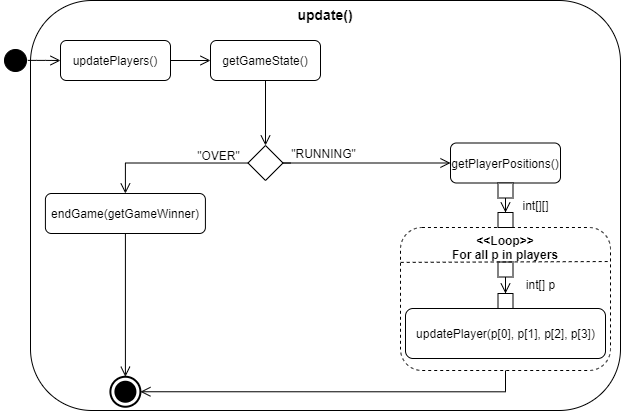
Above: Doku/images/AD_update.png in KjellooMelloo/gameoftrons (draw.io), before the change. Source tidied: cells renumbered, new cells last; positions are measured from the earlier drawing's top-left corner, leaving out a move shared by most shapes.
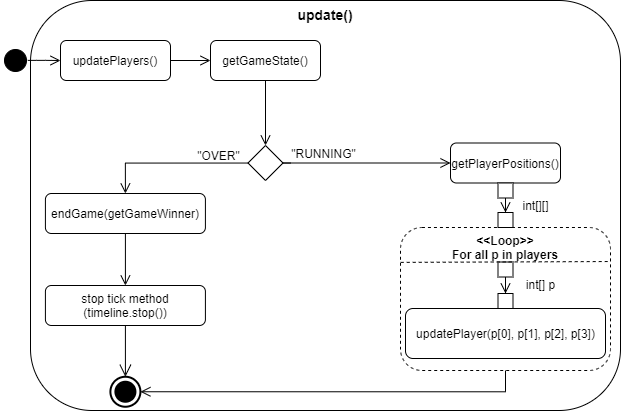
The same file after the commit.

Commit message:
added gameSpeed and timeline in code, diagrams, doc

Change to the diagram source:
```diff
@@ -73,7 +73,7 @@
     <mxCell id="24" value="int[] p" style="text;html=1;align=center;verticalAlign=middle;" parent="1" vertex="1">
       <mxGeometry x="520" y="274" width="40" height="20" as="geometry" />
     </mxCell>
-    <mxCell id="25" style="edgeStyle=orthogonalEdgeStyle;rounded=0;jettySize=auto;html=1;entryX=0.5;entryY=0;entryDx=0;entryDy=0;entryPerimeter=0;endArrow=open;endFill=0;endSize=8;" parent="1" edge="1" source="26" target="28">
+    <mxCell id="25" style="edgeStyle=orthogonalEdgeStyle;rounded=0;jettySize=auto;html=1;entryX=0.5;entryY=0;entryDx=0;entryDy=0;endArrow=open;endFill=0;endSize=8;" parent="1" edge="1" source="26" target="31">
       <mxGeometry relative="1" as="geometry" />
     </mxCell>
     <mxCell id="26" value="endGame(getGameWinner)" style="shape=rect;html=1;rounded=1;whiteSpace=wrap;align=center;" parent="1" vertex="1">
@@ -91,5 +91,11 @@
         <mxPoint x="610.4" y="261" as="targetPoint" />
       </mxGeometry>
     </mxCell>
+    <mxCell id="30" style="edgeStyle=orthogonalEdgeStyle;rounded=0;jettySize=auto;html=1;entryX=0.5;entryY=0;entryDx=0;entryDy=0;entryPerimeter=0;endArrow=open;endFill=0;endSize=10;" parent="1" edge="1" source="31" target="28">
+      <mxGeometry relative="1" as="geometry" />
+    </mxCell>
+    <mxCell id="31" value="stop tick method (timeline.stop())" style="shape=rect;html=1;rounded=1;whiteSpace=wrap;align=center;" parent="1" vertex="1">
+      <mxGeometry x="44.9" y="285" width="160" height="40" as="geometry" />
+    </mxCell>
   </root>
 </mxGraphModel>
```
